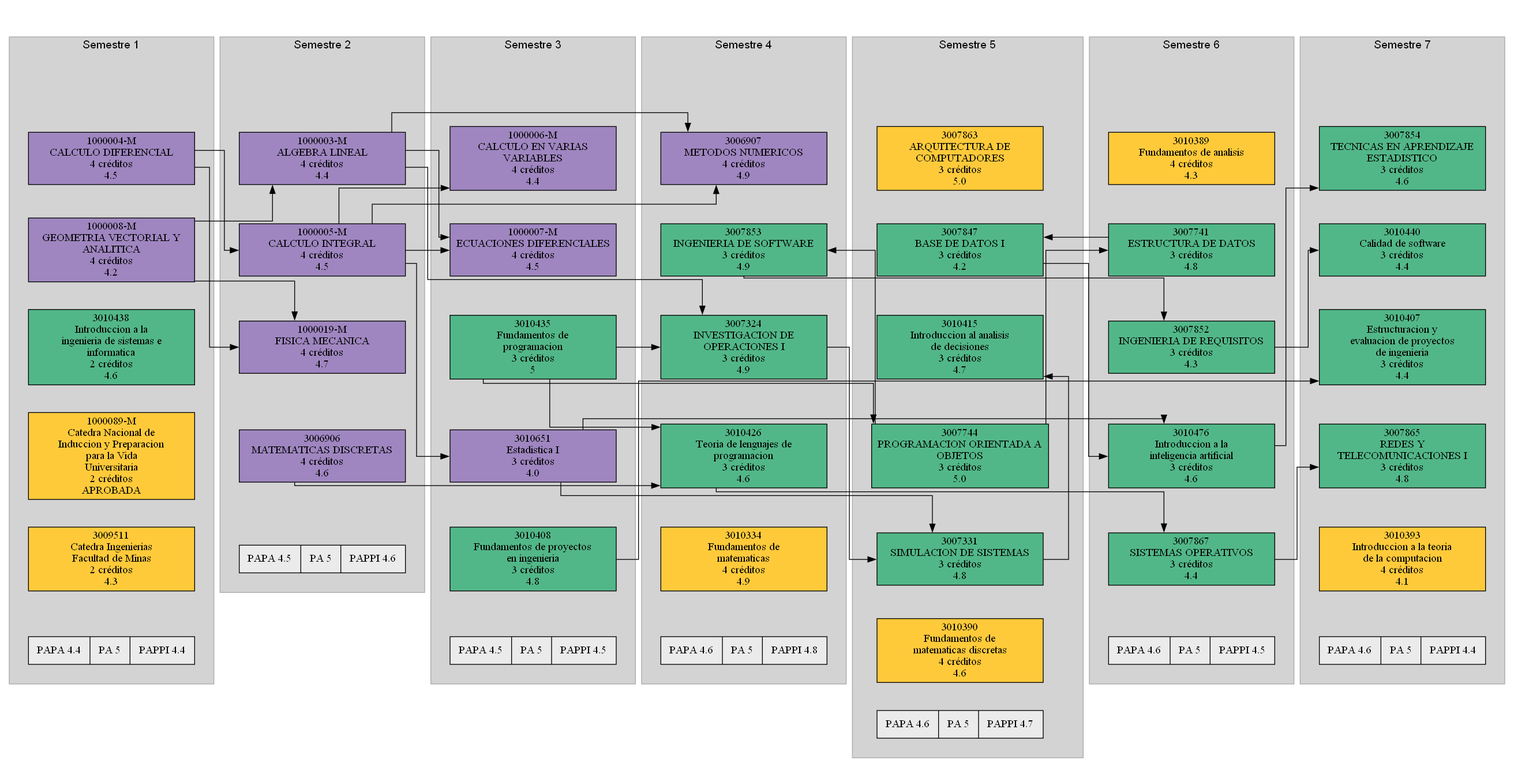
Earlier version of the Graphviz export codigo/asignatura_catalog/Digraph.gv.png (eporrasm/d-web). Its source is kept beside it as codigo/asignatura_catalog/Digraph.gv.
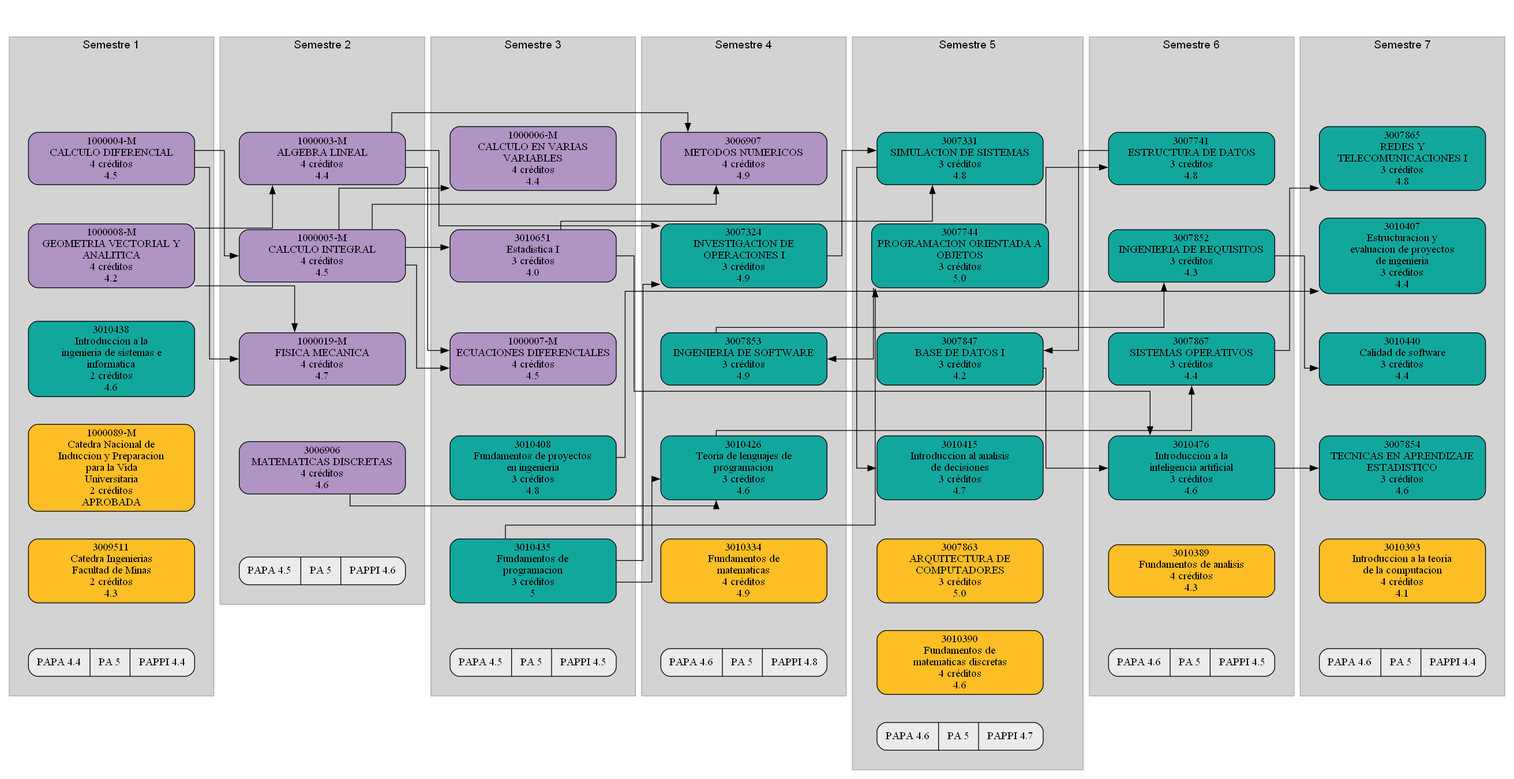
After the commit.

Change to the diagram source:
```diff
@@ -3,26 +3,26 @@
 	sem_1 [height=0.02 style=invis width=0.02]
 	subgraph cluster_1 {
 		graph [margin=25 nodesep=0.02]
-		node [shape=box style=filled width=3]
+		node [shape=box style="rounded,filled" width=3]
 		color=darkgray fillcolor=lightGray fontname=Arial style=filled
 		label="Semestre 1"
 		"1000004-M" [label="1000004-M
 CALCULO DIFERENCIAL
 4 créditos
-4.5" color="#000000" fillcolor="#9f86c0" group=sem1 penwidth=1]
+4.5" color="#000000" fillcolor="#b094c4" group=sem1 penwidth=1]
 		sem_1 -> "1000004-M" [style=invis]
 		"1000008-M" [label="1000008-M
 GEOMETRIA VECTORIAL Y
 ANALITICA
 4 créditos
-4.2" color="#000000" fillcolor="#9f86c0" group=sem1 penwidth=1]
+4.2" color="#000000" fillcolor="#b094c4" group=sem1 penwidth=1]
 		"1000004-M" -> "1000008-M" [style=invis]
 		3010438 [label="3010438
 Introduccion a la
 ingenieria de sistemas e
 informatica
 2 créditos
-4.6" color="#000000" fillcolor="#52b788" group=sem1 penwidth=1]
+4.6" color="#000000" fillcolor="#12a79d" group=sem1 penwidth=1]
 		"1000008-M" -> 3010438 [style=invis]
 		"1000089-M" [label="1000089-M
 Catedra Nacional de
@@ -30,13 +30,13 @@
 para la Vida
 Universitaria
 2 créditos
-APROBADA" color="#000000" fillcolor="#ffca3a" group=sem1 penwidth=1]
+APROBADA" color="#000000" fillcolor="#fdbe26" group=sem1 penwidth=1]
 		3010438 -> "1000089-M" [style=invis]
 		3009511 [label="3009511
 Catedra Ingenierias
 Facultad de Minas
 2 créditos
-4.3" color="#000000" fillcolor="#ffca3a" group=sem1 penwidth=1]
+4.3" color="#000000" fillcolor="#fdbe26" group=sem1 penwidth=1]
 		"1000089-M" -> 3009511 [style=invis]
 		"Promedio 1" [label="PAPA 4.4|PA 5|PAPPI 4.4" fillcolor="#EBEBEB" shape=record]
 		3009511 -> "Promedio 1" [style=invis]
@@ -44,28 +44,28 @@
 	sem_2 [height=0.02 style=invis width=0.02]
 	subgraph cluster_2 {
 		graph [margin=25 nodesep=0.02]
-		node [shape=box style=filled width=3]
+		node [shape=box style="rounded,filled" width=3]
 		color=darkgray fillcolor=lightGray fontname=Arial style=filled
 		label="Semestre 2"
 		"1000003-M" [label="1000003-M
 ALGEBRA LINEAL
 4 créditos
-4.4" color="#000000" fillcolor="#9f86c0" group=sem2 penwidth=1]
+4.4" color="#000000" fillcolor="#b094c4" group=sem2 penwidth=1]
 		sem_2 -> "1000003-M" [style=invis]
 		"1000005-M" [label="1000005-M
 CALCULO INTEGRAL
 4 créditos
-4.5" color="#000000" fillcolor="#9f86c0" group=sem2 penwidth=1]
+4.5" color="#000000" fillcolor="#b094c4" group=sem2 penwidth=1]
 		"1000003-M" -> "1000005-M" [style=invis]
 		"1000019-M" [label="1000019-M
 FISICA MECANICA
 4 créditos
-4.7" color="#000000" fillcolor="#9f86c0" group=sem2 penwidth=1]
+4.7" color="#000000" fillcolor="#b094c4" group=sem2 penwidth=1]
 		"1000005-M" -> "1000019-M" [style=invis]
 		3006906 [label="3006906
 MATEMATICAS DISCRETAS
 4 créditos
-4.6" color="#000000" fillcolor="#9f86c0" group=sem2 penwidth=1]
+4.6" color="#000000" fillcolor="#b094c4" group=sem2 penwidth=1]
 		"1000019-M" -> 3006906 [style=invis]
 		"Promedio 2" [label="PAPA 4.5|PA 5|PAPPI 4.6" fillcolor="#EBEBEB" shape=record]
 		3006906 -> "Promedio 2" [style=invis]
@@ -73,73 +73,73 @@
 	sem_3 [height=0.02 style=invis width=0.02]
 	subgraph cluster_3 {
 		graph [margin=25 nodesep=0.02]
-		node [shape=box style=filled width=3]
+		node [shape=box style="rounded,filled" width=3]
 		color=darkgray fillcolor=lightGray fontname=Arial style=filled
 		label="Semestre 3"
 		"1000006-M" [label="1000006-M
 CALCULO EN VARIAS
 VARIABLES
 4 créditos
-4.4" color="#000000" fillcolor="#9f86c0" group=sem3 penwidth=1]
+4.4" color="#000000" fillcolor="#b094c4" group=sem3 penwidth=1]
 		sem_3 -> "1000006-M" [style=invis]
+		3010651 [label="3010651
+Estadistica I
+3 créditos
+4.0" color="#000000" fillcolor="#b094c4" group=sem3 penwidth=1]
+		"1000006-M" -> 3010651 [style=invis]
 		"1000007-M" [label="1000007-M
 ECUACIONES DIFERENCIALES
 4 créditos
-4.5" color="#000000" fillcolor="#9f86c0" group=sem3 penwidth=1]
-		"1000006-M" -> "1000007-M" [style=invis]
+4.5" color="#000000" fillcolor="#b094c4" group=sem3 penwidth=1]
+		3010651 -> "1000007-M" [style=invis]
+		3010408 [label="3010408
+Fundamentos de proyectos
+en ingenieria
+3 créditos
+4.8" color="#000000" fillcolor="#12a79d" group=sem3 penwidth=1]
+		"1000007-M" -> 3010408 [style=invis]
 		3010435 [label="3010435
 Fundamentos de
 programacion
 3 créditos
-5" color="#000000" fillcolor="#52b788" group=sem3 penwidth=1]
-		"1000007-M" -> 3010435 [style=invis]
-		3010651 [label="3010651
-Estadistica I
-3 créditos
-4.0" color="#000000" fillcolor="#9f86c0" group=sem3 penwidth=1]
-		3010435 -> 3010651 [style=invis]
-		3010408 [label="3010408
-Fundamentos de proyectos
-en ingenieria
-3 créditos
-4.8" color="#000000" fillcolor="#52b788" group=sem3 penwidth=1]
-		3010651 -> 3010408 [style=invis]
+5" color="#000000" fillcolor="#12a79d" group=sem3 penwidth=1]
+		3010408 -> 3010435 [style=invis]
 		"Promedio 3" [label="PAPA 4.5|PA 5|PAPPI 4.5" fillcolor="#EBEBEB" shape=record]
-		3010408 -> "Promedio 3" [style=invis]
+		3010435 -> "Promedio 3" [style=invis]
 	}
 	sem_4 [height=0.02 style=invis width=0.02]
 	subgraph cluster_4 {
 		graph [margin=25 nodesep=0.02]
-		node [shape=box style=filled width=3]
+		node [shape=box style="rounded,filled" width=3]
 		color=darkgray fillcolor=lightGray fontname=Arial style=filled
 		label="Semestre 4"
 		3006907 [label="3006907
 METODOS NUMERICOS
 4 créditos
-4.9" color="#000000" fillcolor="#9f86c0" group=sem4 penwidth=1]
+4.9" color="#000000" fillcolor="#b094c4" group=sem4 penwidth=1]
 		sem_4 -> 3006907 [style=invis]
-		3007853 [label="3007853
-INGENIERIA DE SOFTWARE
-3 créditos
-4.9" color="#000000" fillcolor="#52b788" group=sem4 penwidth=1]
-		3006907 -> 3007853 [style=invis]
 		3007324 [label="3007324
 INVESTIGACION DE
 OPERACIONES I
 3 créditos
-4.9" color="#000000" fillcolor="#52b788" group=sem4 penwidth=1]
-		3007853 -> 3007324 [style=invis]
+4.9" color="#000000" fillcolor="#12a79d" group=sem4 penwidth=1]
+		3006907 -> 3007324 [style=invis]
+		3007853 [label="3007853
+INGENIERIA DE SOFTWARE
+3 créditos
+4.9" color="#000000" fillcolor="#12a79d" group=sem4 penwidth=1]
+		3007324 -> 3007853 [style=invis]
 		3010426 [label="3010426
 Teoria de lenguajes de
 programacion
 3 créditos
-4.6" color="#000000" fillcolor="#52b788" group=sem4 penwidth=1]
-		3007324 -> 3010426 [style=invis]
+4.6" color="#000000" fillcolor="#12a79d" group=sem4 penwidth=1]
+		3007853 -> 3010426 [style=invis]
 		3010334 [label="3010334
 Fundamentos de
 matematicas
 4 créditos
-4.9" color="#000000" fillcolor="#ffca3a" group=sem4 penwidth=1]
+4.9" color="#000000" fillcolor="#fdbe26" group=sem4 penwidth=1]
 		3010426 -> 3010334 [style=invis]
 		"Promedio 4" [label="PAPA 4.6|PA 5|PAPPI 4.8" fillcolor="#EBEBEB" shape=record]
 		3010334 -> "Promedio 4" [style=invis]
@@ -147,117 +147,117 @@
 	sem_5 [height=0.02 style=invis width=0.02]
 	subgraph cluster_5 {
 		graph [margin=25 nodesep=0.02]
-		node [shape=box style=filled width=3]
+		node [shape=box style="rounded,filled" width=3]
 		color=darkgray fillcolor=lightGray fontname=Arial style=filled
 		label="Semestre 5"
+		3007331 [label="3007331
+SIMULACION DE SISTEMAS
+3 créditos
+4.8" color="#000000" fillcolor="#12a79d" group=sem5 penwidth=1]
+		sem_5 -> 3007331 [style=invis]
+		3007744 [label="3007744
+PROGRAMACION ORIENTADA A
+OBJETOS
+3 créditos
+5.0" color="#000000" fillcolor="#12a79d" group=sem5 penwidth=1]
+		3007331 -> 3007744 [style=invis]
+		3007847 [label="3007847
+BASE DE DATOS I
+3 créditos
+4.2" color="#000000" fillcolor="#12a79d" group=sem5 penwidth=1]
+		3007744 -> 3007847 [style=invis]
+		3010415 [label="3010415
+Introduccion al analisis
+de decisiones
+3 créditos
+4.7" color="#000000" fillcolor="#12a79d" group=sem5 penwidth=1]
+		3007847 -> 3010415 [style=invis]
 		3007863 [label="3007863
 ARQUITECTURA DE
 COMPUTADORES
 3 créditos
-5.0" color="#000000" fillcolor="#ffca3a" group=sem5 penwidth=1]
-		sem_5 -> 3007863 [style=invis]
-		3007847 [label="3007847
-BASE DE DATOS I
-3 créditos
-4.2" color="#000000" fillcolor="#52b788" group=sem5 penwidth=1]
-		3007863 -> 3007847 [style=invis]
-		3010415 [label="3010415
-Introduccion al analisis
-de decisiones
-3 créditos
-4.7" color="#000000" fillcolor="#52b788" group=sem5 penwidth=1]
-		3007847 -> 3010415 [style=invis]
-		3007744 [label="3007744
-PROGRAMACION ORIENTADA A
-OBJETOS
-3 créditos
-5.0" color="#000000" fillcolor="#52b788" group=sem5 penwidth=1]
-		3010415 -> 3007744 [style=invis]
-		3007331 [label="3007331
-SIMULACION DE SISTEMAS
-3 créditos
-4.8" color="#000000" fillcolor="#52b788" group=sem5 penwidth=1]
-		3007744 -> 3007331 [style=invis]
+5.0" color="#000000" fillcolor="#fdbe26" group=sem5 penwidth=1]
+		3010415 -> 3007863 [style=invis]
 		3010390 [label="3010390
 Fundamentos de
 matematicas discretas
 4 créditos
-4.6" color="#000000" fillcolor="#ffca3a" group=sem5 penwidth=1]
-		3007331 -> 3010390 [style=invis]
+4.6" color="#000000" fillcolor="#fdbe26" group=sem5 penwidth=1]
+		3007863 -> 3010390 [style=invis]
 		"Promedio 5" [label="PAPA 4.6|PA 5|PAPPI 4.7" fillcolor="#EBEBEB" shape=record]
 		3010390 -> "Promedio 5" [style=invis]
 	}
 	sem_6 [height=0.02 style=invis width=0.02]
 	subgraph cluster_6 {
 		graph [margin=25 nodesep=0.02]
-		node [shape=box style=filled width=3]
+		node [shape=box style="rounded,filled" width=3]
 		color=darkgray fillcolor=lightGray fontname=Arial style=filled
 		label="Semestre 6"
-		3010389 [label="3010389
-Fundamentos de analisis
-4 créditos
-4.3" color="#000000" fillcolor="#ffca3a" group=sem6 penwidth=1]
-		sem_6 -> 3010389 [style=invis]
 		3007741 [label="3007741
 ESTRUCTURA DE DATOS
 3 créditos
-4.8" color="#000000" fillcolor="#52b788" group=sem6 penwidth=1]
-		3010389 -> 3007741 [style=invis]
+4.8" color="#000000" fillcolor="#12a79d" group=sem6 penwidth=1]
+		sem_6 -> 3007741 [style=invis]
 		3007852 [label="3007852
 INGENIERIA DE REQUISITOS
 3 créditos
-4.3" color="#000000" fillcolor="#52b788" group=sem6 penwidth=1]
+4.3" color="#000000" fillcolor="#12a79d" group=sem6 penwidth=1]
 		3007741 -> 3007852 [style=invis]
+		3007867 [label="3007867
+SISTEMAS OPERATIVOS
+3 créditos
+4.4" color="#000000" fillcolor="#12a79d" group=sem6 penwidth=1]
+		3007852 -> 3007867 [style=invis]
 		3010476 [label="3010476
 Introduccion a la
 inteligencia artificial
 3 créditos
-4.6" color="#000000" fillcolor="#52b788" group=sem6 penwidth=1]
-		3007852 -> 3010476 [style=invis]
-		3007867 [label="3007867
-SISTEMAS OPERATIVOS
-3 créditos
-4.4" color="#000000" fillcolor="#52b788" group=sem6 penwidth=1]
-		3010476 -> 3007867 [style=invis]
+4.6" color="#000000" fillcolor="#12a79d" group=sem6 penwidth=1]
+		3007867 -> 3010476 [style=invis]
+		3010389 [label="3010389
+Fundamentos de analisis
+4 créditos
+4.3" color="#000000" fillcolor="#fdbe26" group=sem6 penwidth=1]
+		3010476 -> 3010389 [style=invis]
 		"Promedio 6" [label="PAPA 4.6|PA 5|PAPPI 4.5" fillcolor="#EBEBEB" shape=record]
-		3007867 -> "Promedio 6" [style=invis]
+		3010389 -> "Promedio 6" [style=invis]
 	}
 	sem_7 [height=0.02 style=invis width=0.02]
 	subgraph cluster_7 {
 		graph [margin=25 nodesep=0.02]
-		node [shape=box style=filled width=3]
+		node [shape=box style="rounded,filled" width=3]
 		color=darkgray fillcolor=lightGray fontname=Arial style=filled
 		label="Semestre 7"
-		3007854 [label="3007854
-TECNICAS EN APRENDIZAJE
-ESTADISTICO
+		3007865 [label="3007865
+REDES Y
+TELECOMUNICACIONES I
 3 créditos
-4.6" color="#000000" fillcolor="#52b788" group=sem7 penwidth=1]
-		sem_7 -> 3007854 [style=invis]
-		3010440 [label="3010440
-Calidad de software
-3 créditos
-4.4" color="#000000" fillcolor="#52b788" group=sem7 penwidth=1]
-		3007854 -> 3010440 [style=invis]
+4.8" color="#000000" fillcolor="#12a79d" group=sem7 penwidth=1]
+		sem_7 -> 3007865 [style=invis]
 		3010407 [label="3010407
 Estructuracion y
 evaluacion de proyectos
 de ingenieria
 3 créditos
-4.4" color="#000000" fillcolor="#52b788" group=sem7 penwidth=1]
-		3010440 -> 3010407 [style=invis]
-		3007865 [label="3007865
-REDES Y
-TELECOMUNICACIONES I
+4.4" color="#000000" fillcolor="#12a79d" group=sem7 penwidth=1]
+		3007865 -> 3010407 [style=invis]
+		3010440 [label="3010440
+Calidad de software
 3 créditos
-4.8" color="#000000" fillcolor="#52b788" group=sem7 penwidth=1]
-		3010407 -> 3007865 [style=invis]
+4.4" color="#000000" fillcolor="#12a79d" group=sem7 penwidth=1]
+		3010407 -> 3010440 [style=invis]
+		3007854 [label="3007854
+TECNICAS EN APRENDIZAJE
+ESTADISTICO
+3 créditos
+4.6" color="#000000" fillcolor="#12a79d" group=sem7 penwidth=1]
+		3010440 -> 3007854 [style=invis]
 		3010393 [label="3010393
 Introduccion a la teoria
 de la computacion
 4 créditos
-4.1" color="#000000" fillcolor="#ffca3a" group=sem7 penwidth=1]
-		3007865 -> 3010393 [style=invis]
+4.1" color="#000000" fillcolor="#fdbe26" group=sem7 penwidth=1]
+		3007854 -> 3010393 [style=invis]
 		"Promedio 7" [label="PAPA 4.6|PA 5|PAPPI 4.4" fillcolor="#EBEBEB" shape=record]
 		3010393 -> "Promedio 7" [style=invis]
 	}
@@ -266,30 +266,30 @@
 	"1000004-M" -> "1000019-M" [constraint=false]
 	"1000008-M" -> "1000019-M" [constraint=false]
 	"1000005-M" -> "1000006-M" [constraint=false]
+	"1000005-M" -> 3010651 [constraint=false]
 	"1000003-M" -> "1000007-M" [constraint=false]
 	"1000005-M" -> "1000007-M" [constraint=false]
-	"1000005-M" -> 3010651 [constraint=false]
 	"1000003-M" -> 3006907 [constraint=false]
 	"1000005-M" -> 3006907 [constraint=false]
-	3007744 -> 3007853 [constraint=false]
 	"1000003-M" -> 3007324 [constraint=false]
 	3010435 -> 3007324 [constraint=false]
+	3007744 -> 3007853 [constraint=false]
 	3010435 -> 3010426 [constraint=false]
 	3006906 -> 3010426 [constraint=false]
+	3007324 -> 3007331 [constraint=false]
+	3010651 -> 3007331 [constraint=false]
+	3010435 -> 3007744 [constraint=false]
 	3007741 -> 3007847 [constraint=false]
 	3007331 -> 3010415 [constraint=false]
-	3010435 -> 3007744 [constraint=false]
-	3007324 -> 3007331 [constraint=false]
-	3010651 -> 3007331 [constraint=false]
 	3007744 -> 3007741 [constraint=false]
 	3007853 -> 3007852 [constraint=false]
+	3010426 -> 3007867 [constraint=false]
 	3010651 -> 3010476 [constraint=false]
 	3007847 -> 3010476 [constraint=false]
-	3010426 -> 3007867 [constraint=false]
+	3007867 -> 3007865 [constraint=false]
+	3010408 -> 3010407 [constraint=false]
+	3007852 -> 3010440 [constraint=false]
 	3010476 -> 3007854 [constraint=false]
-	3007852 -> 3010440 [constraint=false]
-	3010408 -> 3010407 [constraint=false]
-	3007867 -> 3007865 [constraint=false]
 	start -> sem_1 [lhead=cluster_1 style=invis]
 	start -> sem_2 [lhead=cluster_2 style=invis]
 	start -> sem_3 [lhead=cluster_3 style=invis]
```
